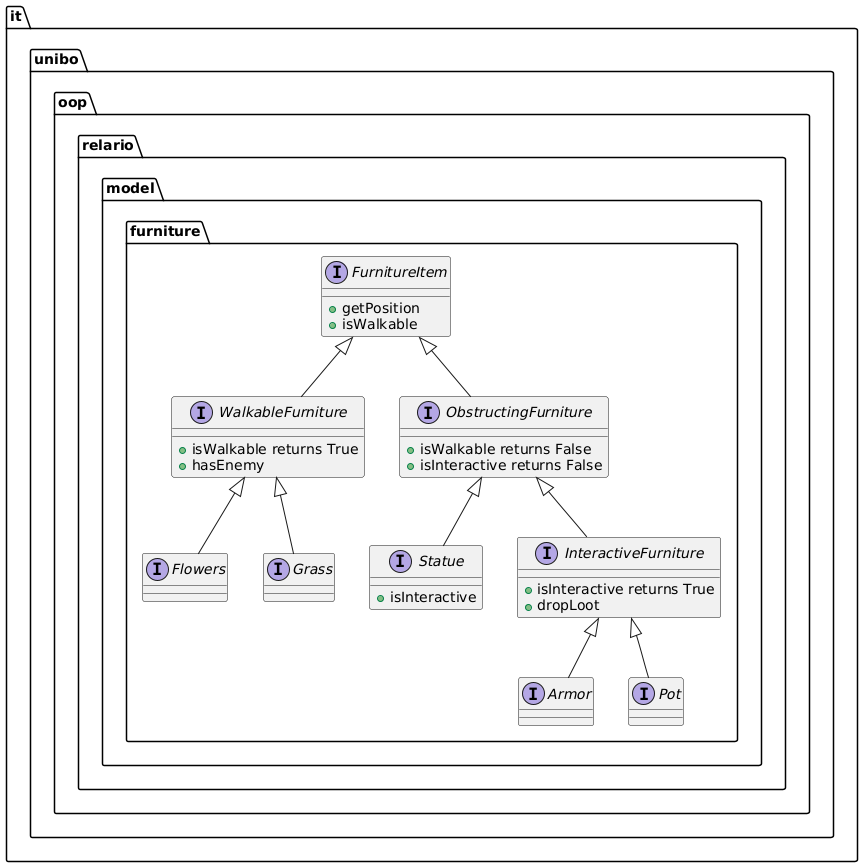
KimboCoffee/OOP23-relario-prove keeps this PlantUML diagram as relazione/img/furnitureItems.png. Above is the earlier version. Source of this version:
```plantuml
@startuml
package it.unibo.oop.relario.model.furniture {
    interface FurnitureItem {
        + {method} getPosition
        + {method} isWalkable
    }

    interface WalkableFurniture extends FurnitureItem {
        + {method} isWalkable returns True
        + {method} hasEnemy
    }

    interface Flowers extends WalkableFurniture {

    }

    interface Grass extends WalkableFurniture {

    }

    interface ObstructingFurniture extends FurnitureItem {
        + {method} isWalkable returns False
        + {method} isInteractive returns False
    }

    interface Statue extends ObstructingFurniture {
        + {method} isInteractive
    }

    interface InteractiveFurniture extends ObstructingFurniture {
        + {method} isInteractive returns True
        + {method} dropLoot
    }

    interface Armor extends InteractiveFurniture {

    }

    interface Pot extends InteractiveFurniture {

    }
}
@enduml
```
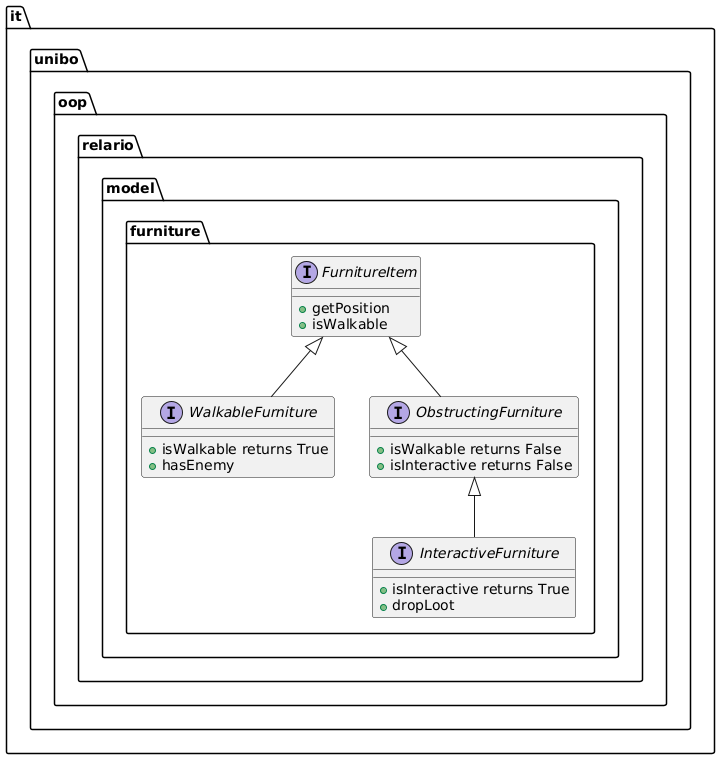
After the commit.

Commit message:
Image of UML modelling furniture modified

The edit, as a diff of the source:
```diff
@@ -10,34 +10,14 @@
         + {method} hasEnemy
     }
 
-    interface Flowers extends WalkableFurniture {
-
-    }
-
-    interface Grass extends WalkableFurniture {
-
-    }
-
     interface ObstructingFurniture extends FurnitureItem {
         + {method} isWalkable returns False
         + {method} isInteractive returns False
-    }
-
-    interface Statue extends ObstructingFurniture {
-        + {method} isInteractive
     }
 
     interface InteractiveFurniture extends ObstructingFurniture {
         + {method} isInteractive returns True
         + {method} dropLoot
     }
-
-    interface Armor extends InteractiveFurniture {
-
-    }
-
-    interface Pot extends InteractiveFurniture {
-
-    }
 }
 @enduml
```
